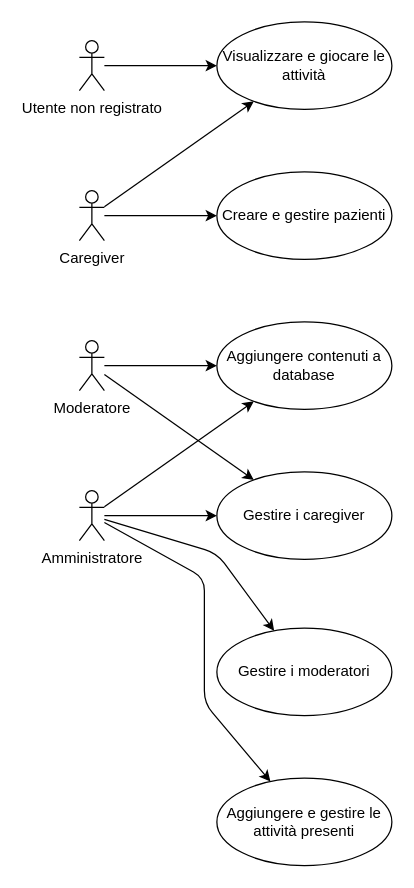
Before: docs/UML/rehabrain_casiuso.drawio in Fix-22/rehabrain-web, a draw.io diagram. Source tidied: cells renumbered, new cells numbered last; positions are measured from the earlier drawing's top-left corner, leaving out a move shared by most shapes. Both pictures are drawn from the tidied source at 125%, with x=0, y=0 at pixel (79, 21).
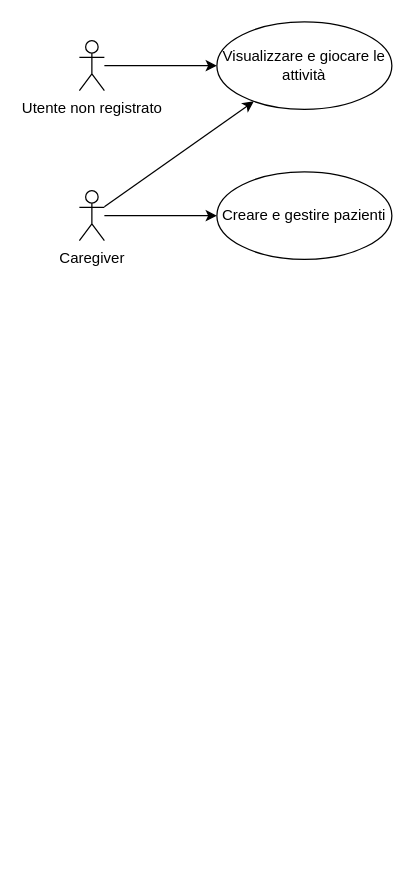
The same diagram, later.

Diff of the diagram source:
```diff
@@
-    <mxCell id="5" style="edgeStyle=none;html=1;" parent="1" edge="1" source="6" target="13">
-      <mxGeometry relative="1" as="geometry" />
-    </mxCell>
-    <mxCell id="6" value="Moderatore" style="shape=umlActor;verticalLabelPosition=bottom;verticalAlign=top;html=1;" parent="1" vertex="1">
-      <mxGeometry y="255" width="20" height="40" as="geometry" />
-    </mxCell>
@@
-    <mxCell id="11" value="Aggiungere contenuti a database" style="ellipse;whiteSpace=wrap;html=1;" parent="1" vertex="1">
-      <mxGeometry x="110" y="240" width="140" height="70" as="geometry" />
-    </mxCell>
-    <mxCell id="12" style="edgeStyle=none;html=1;" parent="1" edge="1" source="6" target="11">
-      <mxGeometry relative="1" as="geometry" />
-    </mxCell>
-    <mxCell id="13" value="Gestire i caregiver" style="ellipse;whiteSpace=wrap;html=1;" parent="1" vertex="1">
-      <mxGeometry x="110" y="360" width="140" height="70" as="geometry" />
-    </mxCell>
-    <mxCell id="14" style="edgeStyle=none;html=1;" parent="1" edge="1" source="18" target="19">
-      <mxGeometry relative="1" as="geometry">
-        <Array as="points">
-          <mxPoint x="110" y="425" />
-        </Array>
-      </mxGeometry>
-    </mxCell>
-    <mxCell id="15" style="edgeStyle=none;html=1;" parent="1" edge="1" source="18" target="13">
-      <mxGeometry relative="1" as="geometry" />
-    </mxCell>
-    <mxCell id="16" style="edgeStyle=none;html=1;" parent="1" edge="1" source="18" target="11">
-      <mxGeometry relative="1" as="geometry" />
-    </mxCell>
-    <mxCell id="17" style="edgeStyle=none;html=1;" parent="1" edge="1" source="18" target="20">
-      <mxGeometry relative="1" as="geometry">
-        <Array as="points">
-          <mxPoint x="100" y="445" />
-          <mxPoint x="100" y="545" />
-        </Array>
-      </mxGeometry>
-    </mxCell>
-    <mxCell id="18" value="Amministratore" style="shape=umlActor;verticalLabelPosition=bottom;verticalAlign=top;html=1;" parent="1" vertex="1">
-      <mxGeometry y="375" width="20" height="40" as="geometry" />
-    </mxCell>
-    <mxCell id="19" value="Gestire i moderatori" style="ellipse;whiteSpace=wrap;html=1;" parent="1" vertex="1">
-      <mxGeometry x="110" y="485" width="140" height="70" as="geometry" />
-    </mxCell>
-    <mxCell id="20" value="Aggiungere e gestire le attività presenti" style="ellipse;whiteSpace=wrap;html=1;" parent="1" vertex="1">
-      <mxGeometry x="110" y="605" width="140" height="70" as="geometry" />
-    </mxCell>
```
